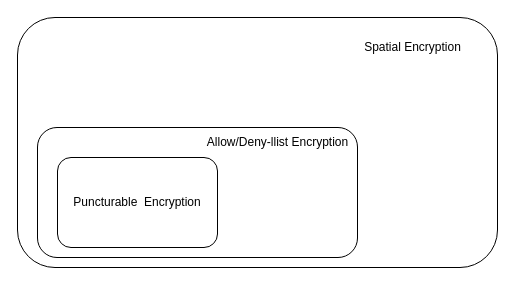
Before: Relations-of-schemes.drawio in huyle84/diagrams, a draw.io diagram. Source tidied: cells renumbered, new cells numbered last; positions are measured from the earlier drawing's top-left corner, leaving out a move shared by most shapes. Both pictures are drawn from the tidied source at 100%, with x=0, y=0 at pixel (17, 17).
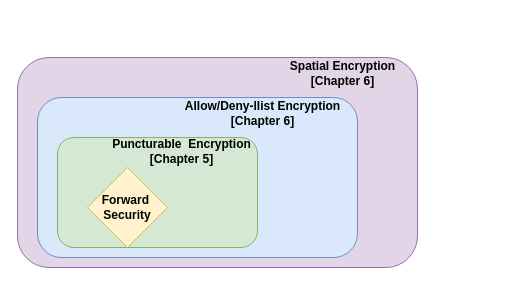
Above is the later version.

The edit, as a diff of the source:
```diff
@@
 <mxGraphModel>
   <root>
     <mxCell id="0" />
     <mxCell id="1" parent="0" />
-    <mxCell id="2" style="rounded=1;whiteSpace=wrap;html=1;" parent="1" vertex="1">
-      <mxGeometry width="480" height="250" as="geometry" />
+    <mxCell id="2" style="rounded=1;whiteSpace=wrap;html=1;fillColor=#e1d5e7;strokeColor=#9673a6;" parent="1" vertex="1">
+      <mxGeometry y="40" width="400" height="210" as="geometry" />
     </mxCell>
-    <mxCell id="3" value="&lt;span&gt;Spatial Encryption&lt;/span&gt;" style="text;html=1;align=center;verticalAlign=middle;strokeColor=none;fillColor=none;" parent="1" vertex="1">
-      <mxGeometry x="340" y="20" width="110" height="20" as="geometry" />
+    <mxCell id="3" value="&lt;span&gt;&lt;b&gt;Spatial Encryption&lt;br&gt;[Chapter 6]&lt;br&gt;&lt;/b&gt;&lt;/span&gt;" style="text;html=1;align=center;verticalAlign=middle;strokeColor=none;fillColor=none;" parent="1" vertex="1">
+      <mxGeometry x="265" y="41" width="120" height="30" as="geometry" />
     </mxCell>
-    <mxCell id="4" style="rounded=1;whiteSpace=wrap;html=1;" parent="1" vertex="1">
-      <mxGeometry x="20" y="110" width="320" height="130" as="geometry" />
+    <mxCell id="4" style="rounded=1;whiteSpace=wrap;html=1;fillColor=#dae8fc;strokeColor=#6c8ebf;" parent="1" vertex="1">
+      <mxGeometry x="20" y="80" width="320" height="160" as="geometry" />
     </mxCell>
-    <mxCell id="5" value="Allow/Deny-llist Encryption" style="text;html=1;align=center;verticalAlign=middle;strokeColor=none;fillColor=none;" parent="1" vertex="1">
-      <mxGeometry x="180" y="115" width="160" height="20" as="geometry" />
+    <mxCell id="5" value="&lt;b&gt;Allow/Deny-llist Encryption&lt;br&gt;[Chapter 6]&lt;br&gt;&lt;/b&gt;" style="text;html=1;align=center;verticalAlign=middle;strokeColor=none;fillColor=none;" parent="1" vertex="1">
+      <mxGeometry x="160" y="81" width="170" height="30" as="geometry" />
     </mxCell>
-    <mxCell id="6" value="Puncturable &amp;nbsp;Encryption&lt;br&gt;" style="rounded=1;whiteSpace=wrap;html=1;" parent="1" vertex="1">
-      <mxGeometry x="40" y="140" width="160" height="90" as="geometry" />
+    <mxCell id="6" style="rounded=1;whiteSpace=wrap;html=1;fillColor=#d5e8d4;strokeColor=#82b366;" parent="1" vertex="1">
+      <mxGeometry x="40" y="120" width="200" height="110" as="geometry" />
     </mxCell>
+    <mxCell id="7" value="&lt;b&gt;Forward&amp;nbsp;&lt;br&gt;Security&lt;/b&gt;" style="rhombus;whiteSpace=wrap;html=1;fillColor=#fff2cc;strokeColor=#d6b656;" parent="1" vertex="1">
+      <mxGeometry x="70" y="150" width="80" height="80" as="geometry" />
+    </mxCell>
+    <mxCell id="8" value="&lt;span&gt;&lt;b&gt;Puncturable &amp;nbsp;Encryption&lt;br&gt;[Chapter 5]&lt;br&gt;&lt;/b&gt;&lt;/span&gt;" style="text;html=1;align=center;verticalAlign=middle;strokeColor=none;fillColor=none;" parent="1" vertex="1">
+      <mxGeometry x="89" y="119" width="150" height="30" as="geometry" />
+    </mxCell>
   </root>
 </mxGraphModel>
```
